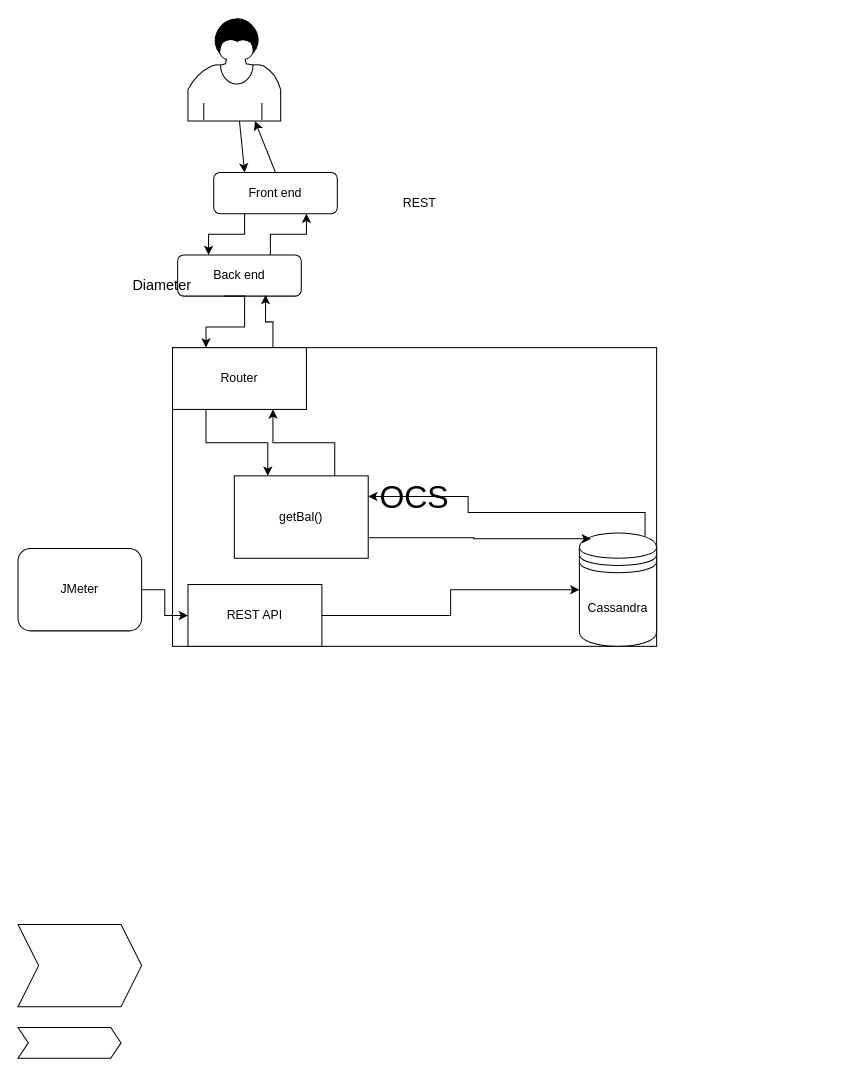
Earlier version of the draw.io diagram Diagram.drawio (nceduc/DiameterProject). Source tidied: cells renumbered, new cells numbered last; positions are measured from the earlier drawing's top-left corner, leaving out a move shared by most shapes. Both pictures are drawn from the tidied source at 103%, with x=0, y=0 at pixel (18, 18).
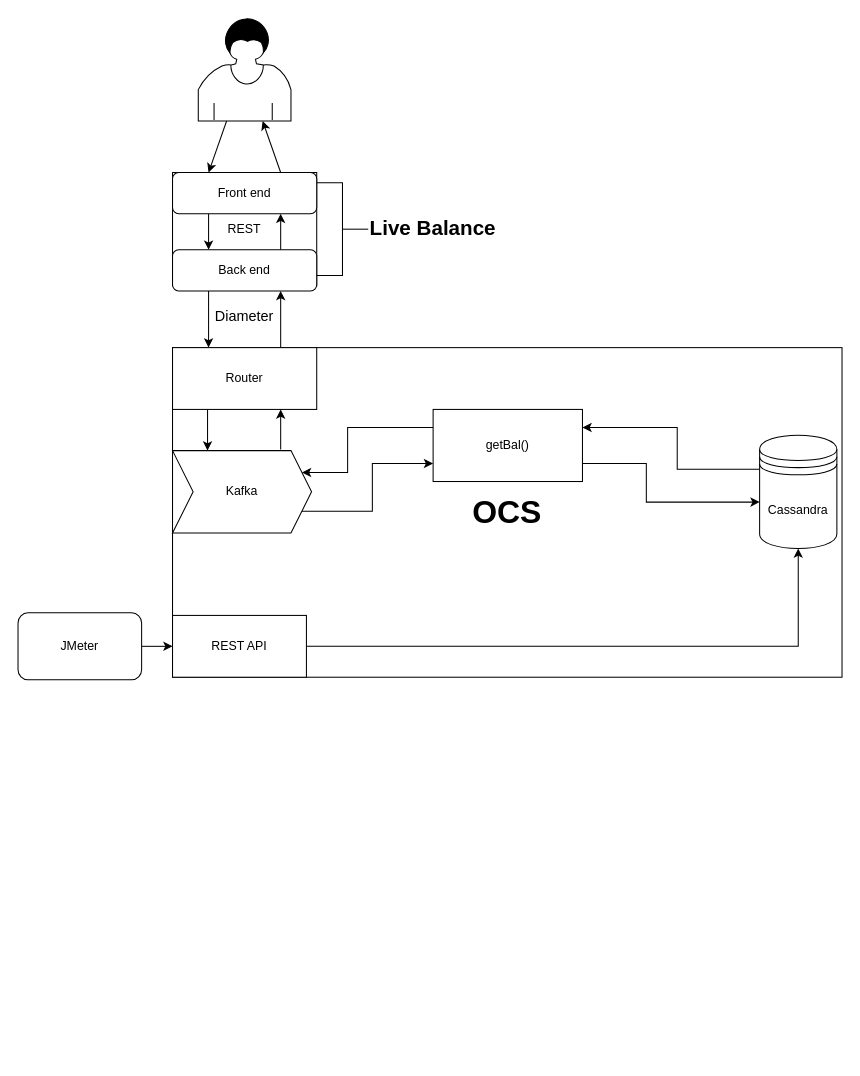
The same page after the edit.

Change to the diagram source:
```diff
@@
+    <mxCell id="27" style="rounded=0;whiteSpace=wrap;html=1;" parent="1" vertex="1">
+      <mxGeometry x="150" y="150" width="140" height="110" as="geometry" />
+    </mxCell>
-    <mxCell id="2" value="&lt;font style=&quot;font-size: 31px&quot;&gt;OCS&lt;/font&gt;" style="rounded=0;whiteSpace=wrap;html=1;" parent="1" vertex="1">
-      <mxGeometry x="150" y="320" width="470" height="290" as="geometry" />
+    <mxCell id="2" value="&lt;div style=&quot;text-align: center&quot;&gt;&lt;span style=&quot;font-size: 31px&quot;&gt;&lt;b&gt;OCS&lt;/b&gt;&lt;/span&gt;&lt;/div&gt;" style="rounded=0;whiteSpace=wrap;html=1;" parent="1" vertex="1">
+      <mxGeometry x="150" y="320" width="650" height="320" as="geometry" />
     </mxCell>
     <mxCell id="3" style="shape=mxgraph.bpmn.user_task;html=1;outlineConnect=0;" parent="1" vertex="1">
-      <mxGeometry x="165" width="90" height="100" as="geometry" />
+      <mxGeometry x="175" width="90" height="100" as="geometry" />
     </mxCell>
@@
     <mxCell id="5" value="Front end&lt;br&gt;" style="shape=ext;rounded=1;html=1;whiteSpace=wrap;" parent="1" vertex="1">
-      <mxGeometry x="190" y="150" width="120" height="40" as="geometry" />
+      <mxGeometry x="150" y="150" width="140" height="40" as="geometry" />
     </mxCell>
@@
+    <mxCell id="28" style="edgeStyle=none;rounded=0;jettySize=auto;html=1;exitX=0.25;exitY=1;exitDx=0;exitDy=0;entryX=0.25;entryY=0;entryDx=0;entryDy=0;" parent="1" edge="1" source="7" target="20">
+      <mxGeometry relative="1" as="geometry" />
+    </mxCell>
     <mxCell id="7" value="Back end" style="shape=ext;rounded=1;html=1;whiteSpace=wrap;" parent="1" vertex="1">
-      <mxGeometry x="155" y="230" width="120" height="40" as="geometry" />
+      <mxGeometry x="150" y="225" width="140" height="40" as="geometry" />
     </mxCell>
     <mxCell id="8" value="&lt;font style=&quot;font-size: 14px&quot;&gt;Diameter&lt;/font&gt;" style="text;html=1;strokeColor=none;fillColor=none;align=center;verticalAlign=middle;whiteSpace=wrap;rounded=0;" parent="1" vertex="1">
-      <mxGeometry x="80" y="240" width="120" height="40" as="geometry" />
+      <mxGeometry x="160" y="270" width="120" height="40" as="geometry" />
     </mxCell>
@@
     <mxCell id="10" value="JMeter" style="shape=ext;rounded=1;html=1;whiteSpace=wrap;" parent="1" vertex="1">
-      <mxGeometry y="515" width="120" height="80" as="geometry" />
+      <mxGeometry y="577.5" width="120" height="65" as="geometry" />
     </mxCell>
-    <mxCell id="11" style="edgeStyle=orthogonalEdgeStyle;rounded=0;jettySize=auto;html=1;exitX=0.85;exitY=0.05;exitDx=0;exitDy=0;exitPerimeter=0;entryX=1;entryY=0.25;entryDx=0;entryDy=0;" parent="1" edge="1" source="12" target="24">
+    <mxCell id="11" style="edgeStyle=orthogonalEdgeStyle;rounded=0;jettySize=auto;html=1;exitX=0;exitY=0.3;exitDx=0;exitDy=0;entryX=1;entryY=0.25;entryDx=0;entryDy=0;" parent="1" edge="1" source="12" target="24">
       <mxGeometry relative="1" as="geometry">
         <Array as="points">
-          <mxPoint x="437" y="480" />
+          <mxPoint x="640" y="438" />
+          <mxPoint x="640" y="397" />
         </Array>
       </mxGeometry>
     </mxCell>
     <mxCell id="12" value="Cassandra" style="shape=datastore;whiteSpace=wrap;html=1;" parent="1" vertex="1">
-      <mxGeometry x="545" y="500" width="75" height="110" as="geometry" />
+      <mxGeometry x="720" y="405" width="75" height="110" as="geometry" />
     </mxCell>
     <mxCell id="13" value="REST" style="text;html=1;strokeColor=none;fillColor=none;align=center;verticalAlign=middle;whiteSpace=wrap;rounded=0;" parent="1" vertex="1">
-      <mxGeometry x="360" y="165" width="60" height="30" as="geometry" />
+      <mxGeometry x="190" y="190" width="60" height="30" as="geometry" />
     </mxCell>
@@
-    <mxCell id="15" style="endArrow=classic;html=1;exitX=0.5;exitY=0;exitDx=0;exitDy=0;" parent="1" edge="1" source="5" target="3">
+    <mxCell id="15" style="endArrow=classic;html=1;exitX=0.75;exitY=0;exitDx=0;exitDy=0;" parent="1" edge="1" source="5" target="3">
       <mxGeometry relative="1" as="geometry" />
     </mxCell>
-    <mxCell id="16" style="edgeStyle=orthogonalEdgeStyle;rounded=0;jettySize=auto;html=1;exitX=1;exitY=0.5;exitDx=0;exitDy=0;entryX=0;entryY=0.5;entryDx=0;entryDy=0;" parent="1" edge="1" source="17" target="12">
+    <mxCell id="16" style="edgeStyle=orthogonalEdgeStyle;rounded=0;jettySize=auto;html=1;exitX=1;exitY=0.5;exitDx=0;exitDy=0;entryX=0.5;entryY=1;entryDx=0;entryDy=0;" parent="1" edge="1" source="17" target="12">
       <mxGeometry relative="1" as="geometry" />
     </mxCell>
     <mxCell id="17" value="REST API&lt;br&gt;" style="rounded=0;whiteSpace=wrap;html=1;" parent="1" vertex="1">
-      <mxGeometry x="165" y="550" width="130" height="60" as="geometry" />
+      <mxGeometry x="150" y="580" width="130" height="60" as="geometry" />
     </mxCell>
-    <mxCell id="18" style="edgeStyle=orthogonalEdgeStyle;rounded=0;jettySize=auto;html=1;exitX=0.75;exitY=0;exitDx=0;exitDy=0;entryX=0.711;entryY=0.974;entryDx=0;entryDy=0;entryPerimeter=0;" parent="1" edge="1" source="20" target="7">
+    <mxCell id="18" style="edgeStyle=none;rounded=0;jettySize=auto;html=1;exitX=0.75;exitY=0;exitDx=0;exitDy=0;entryX=0.75;entryY=1;entryDx=0;entryDy=0;" parent="1" edge="1" source="20" target="7">
       <mxGeometry relative="1" as="geometry" />
     </mxCell>
-    <mxCell id="19" style="edgeStyle=orthogonalEdgeStyle;rounded=0;jettySize=auto;html=1;exitX=0.25;exitY=1;exitDx=0;exitDy=0;entryX=0.25;entryY=0;entryDx=0;entryDy=0;" parent="1" edge="1" source="20" target="24">
-      <mxGeometry relative="1" as="geometry" />
-    </mxCell>
+    <mxCell id="29" style="rounded=0;jettySize=auto;html=1;entryX=0.25;entryY=0;entryDx=0;entryDy=0;" parent="1" edge="1" target="25">
+      <mxGeometry relative="1" as="geometry">
+        <mxPoint x="184" y="380" as="sourcePoint" />
+        <Array as="points">
+          <mxPoint x="184" y="420" />
+        </Array>
+      </mxGeometry>
+    </mxCell>
     <mxCell id="20" value="Router" style="rounded=0;whiteSpace=wrap;html=1;" parent="1" vertex="1">
-      <mxGeometry x="150" y="320" width="130" height="60" as="geometry" />
+      <mxGeometry x="150" y="320" width="140" height="60" as="geometry" />
     </mxCell>
-    <mxCell id="21" style="edgeStyle=orthogonalEdgeStyle;rounded=0;jettySize=auto;html=1;exitX=1;exitY=0.75;exitDx=0;exitDy=0;entryX=0.25;entryY=0;entryDx=0;entryDy=0;" parent="1" edge="1" source="8" target="20">
-      <mxGeometry relative="1" as="geometry" />
-    </mxCell>
-    <mxCell id="22" style="edgeStyle=orthogonalEdgeStyle;rounded=0;jettySize=auto;html=1;exitX=0.75;exitY=0;exitDx=0;exitDy=0;entryX=0.75;entryY=1;entryDx=0;entryDy=0;" parent="1" edge="1" source="24" target="20">
-      <mxGeometry relative="1" as="geometry" />
-    </mxCell>
-    <mxCell id="23" style="edgeStyle=orthogonalEdgeStyle;rounded=0;jettySize=auto;html=1;exitX=1;exitY=0.75;exitDx=0;exitDy=0;entryX=0.15;entryY=0.05;entryDx=0;entryDy=0;entryPerimeter=0;" parent="1" edge="1" source="24" target="12">
-      <mxGeometry relative="1" as="geometry" />
-    </mxCell>
+    <mxCell id="30" style="edgeStyle=orthogonalEdgeStyle;rounded=0;jettySize=auto;html=1;exitX=0;exitY=0.25;exitDx=0;exitDy=0;entryX=0.931;entryY=0.265;entryDx=0;entryDy=0;entryPerimeter=0;" parent="1" edge="1" source="24" target="25">
+      <mxGeometry relative="1" as="geometry">
+        <Array as="points">
+          <mxPoint x="320" y="397" />
+          <mxPoint x="320" y="441" />
+        </Array>
+      </mxGeometry>
+    </mxCell>
+    <mxCell id="31" style="edgeStyle=orthogonalEdgeStyle;rounded=0;jettySize=auto;html=1;exitX=1;exitY=0.75;exitDx=0;exitDy=0;" parent="1" edge="1" source="24">
+      <mxGeometry relative="1" as="geometry">
+        <mxPoint x="720" y="470" as="targetPoint" />
+        <Array as="points">
+          <mxPoint x="610" y="432" />
+          <mxPoint x="610" y="470" />
+        </Array>
+      </mxGeometry>
+    </mxCell>
     <mxCell id="24" value="getBal()" style="rounded=0;whiteSpace=wrap;html=1;" parent="1" vertex="1">
-      <mxGeometry x="210" y="444.5" width="130" height="80" as="geometry" />
+      <mxGeometry x="403" y="380" width="145" height="70" as="geometry" />
     </mxCell>
+    <mxCell id="32" style="edgeStyle=none;rounded=0;jettySize=auto;html=1;entryX=0.75;entryY=1;entryDx=0;entryDy=0;" parent="1" edge="1" target="20">
+      <mxGeometry relative="1" as="geometry">
+        <mxPoint x="255" y="419" as="sourcePoint" />
+      </mxGeometry>
+    </mxCell>
+    <mxCell id="33" style="edgeStyle=orthogonalEdgeStyle;rounded=0;jettySize=auto;html=1;exitX=0.924;exitY=0.735;exitDx=0;exitDy=0;entryX=0;entryY=0.75;entryDx=0;entryDy=0;exitPerimeter=0;" parent="1" edge="1" source="25" target="24">
+      <mxGeometry relative="1" as="geometry" />
+    </mxCell>
-    <mxCell id="25" style="shape=step;perimeter=stepPerimeter;whiteSpace=wrap;html=1;fixedSize=1;" parent="1" vertex="1">
-      <mxGeometry y="880" width="120" height="80" as="geometry" />
+    <mxCell id="25" value="Kafka" style="shape=step;perimeter=stepPerimeter;whiteSpace=wrap;html=1;fixedSize=1;" parent="1" vertex="1">
+      <mxGeometry x="150" y="420" width="135" height="80" as="geometry" />
     </mxCell>
-    <mxCell id="26" style="html=1;shadow=0;dashed=0;align=center;verticalAlign=middle;shape=mxgraph.arrows2.arrow;dy=0;dx=10;notch=10;" parent="1" vertex="1">
-      <mxGeometry y="980" width="100" height="30" as="geometry" />
-    </mxCell>
+    <mxCell id="34" value="&lt;b&gt;&lt;font style=&quot;font-size: 20px&quot;&gt;Live Balance&lt;/font&gt;&lt;/b&gt;" style="text;html=1;strokeColor=none;fillColor=none;align=center;verticalAlign=middle;whiteSpace=wrap;rounded=0;" parent="1" vertex="1">
+      <mxGeometry x="338" y="185" width="130" height="35" as="geometry" />
+    </mxCell>
+    <mxCell id="35" style="html=1;shape=mxgraph.flowchart.annotation_2;align=left;direction=west;" parent="1" vertex="1">
+      <mxGeometry x="290" y="160" width="50" height="90" as="geometry" />
+    </mxCell>
```
